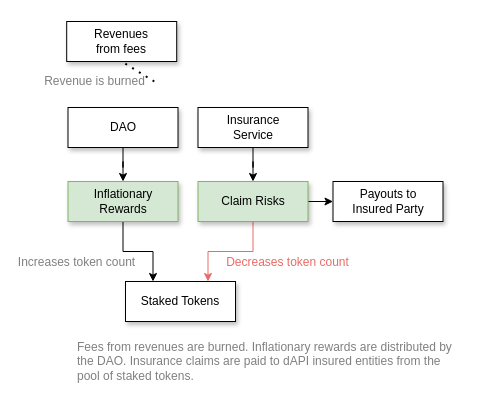
Before: docs/dao-members/assets/diagrams/dao-pool-staking-2.drawio in api3dao/old-api3-docs, a draw.io diagram. Source tidied: cells renumbered, new cells numbered last; positions are measured from the earlier drawing's top-left corner, leaving out a move shared by most shapes. Both pictures are drawn from the tidied source at 100%, with x=0, y=0 at pixel (34, 21).
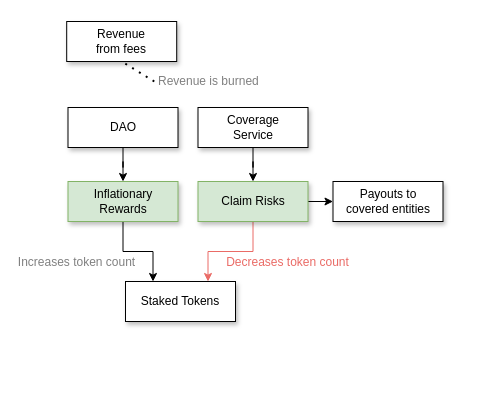
The same page after the edit.

Commit message (it also covers changes not shown here):
Diagrams with insurance in them Some link text updated

The edit, as a diff of the source:
```diff
@@
-    <mxCell id="9" value="Fees from revenues are burned. Inflationary rewards are distributed by the DAO. Insurance claims are paid to dAPI insured entities from the pool of staked tokens." style="text;html=1;strokeColor=none;fillColor=none;align=left;verticalAlign=middle;whiteSpace=wrap;rounded=0;shadow=1;fontSize=12;fontColor=#808080;" parent="1" vertex="1">
-      <mxGeometry x="41" y="330" width="380" height="20" as="geometry" />
-    </mxCell>
-    <mxCell id="10" value="Payouts to &lt;br&gt;Insured Party" style="rounded=0;whiteSpace=wrap;html=1;shadow=1;" parent="1" vertex="1">
+    <mxCell id="10" value="Payouts to &lt;br&gt;covered entities" style="rounded=0;whiteSpace=wrap;html=1;shadow=1;" parent="1" vertex="1">
       <mxGeometry x="298.5" y="160" width="110" height="40" as="geometry" />
     </mxCell>
@@
-    <mxCell id="12" value="Revenues &lt;br&gt;from fees" style="rounded=0;whiteSpace=wrap;html=1;shadow=1;" parent="1" vertex="1">
+    <mxCell id="12" value="Revenue&lt;br&gt;from fees" style="rounded=0;whiteSpace=wrap;html=1;shadow=1;" parent="1" vertex="1">
       <mxGeometry x="32.2" width="110" height="40" as="geometry" />
     </mxCell>
-    <mxCell id="13" value="Revenue is burned" style="text;html=1;align=center;verticalAlign=middle;fontSize=12;fontColor=#808080;" parent="1" vertex="1">
-      <mxGeometry x="-0.2" y="50" width="120" height="20" as="geometry" />
+    <mxCell id="13" value="Revenue is burned" style="text;html=1;align=left;verticalAlign=middle;fontSize=12;fontColor=#808080;" parent="1" vertex="1">
+      <mxGeometry x="122" y="50" width="120" height="20" as="geometry" />
     </mxCell>
@@
-    <mxCell id="15" value="Insurance&lt;br&gt;Service" style="rounded=0;whiteSpace=wrap;html=1;shadow=1;" parent="1" vertex="1">
+    <mxCell id="15" value="Coverage&lt;br&gt;Service" style="rounded=0;whiteSpace=wrap;html=1;shadow=1;" parent="1" vertex="1">
       <mxGeometry x="163.5" y="86" width="110" height="40" as="geometry" />
     </mxCell>
```
